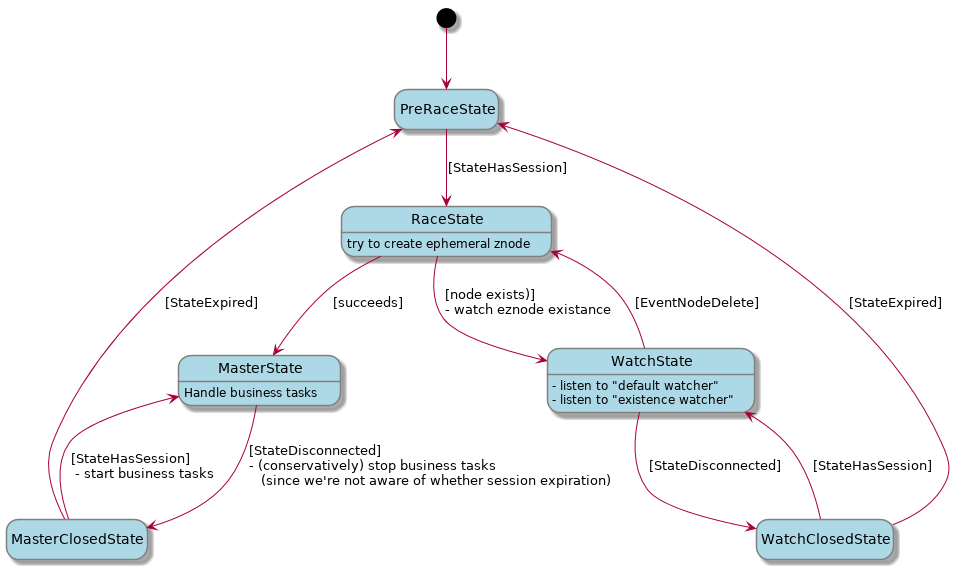
magodo/magodo.github.io keeps this PlantUML diagram as assets/img/zk/ha_stat.png. Above is the earlier version.
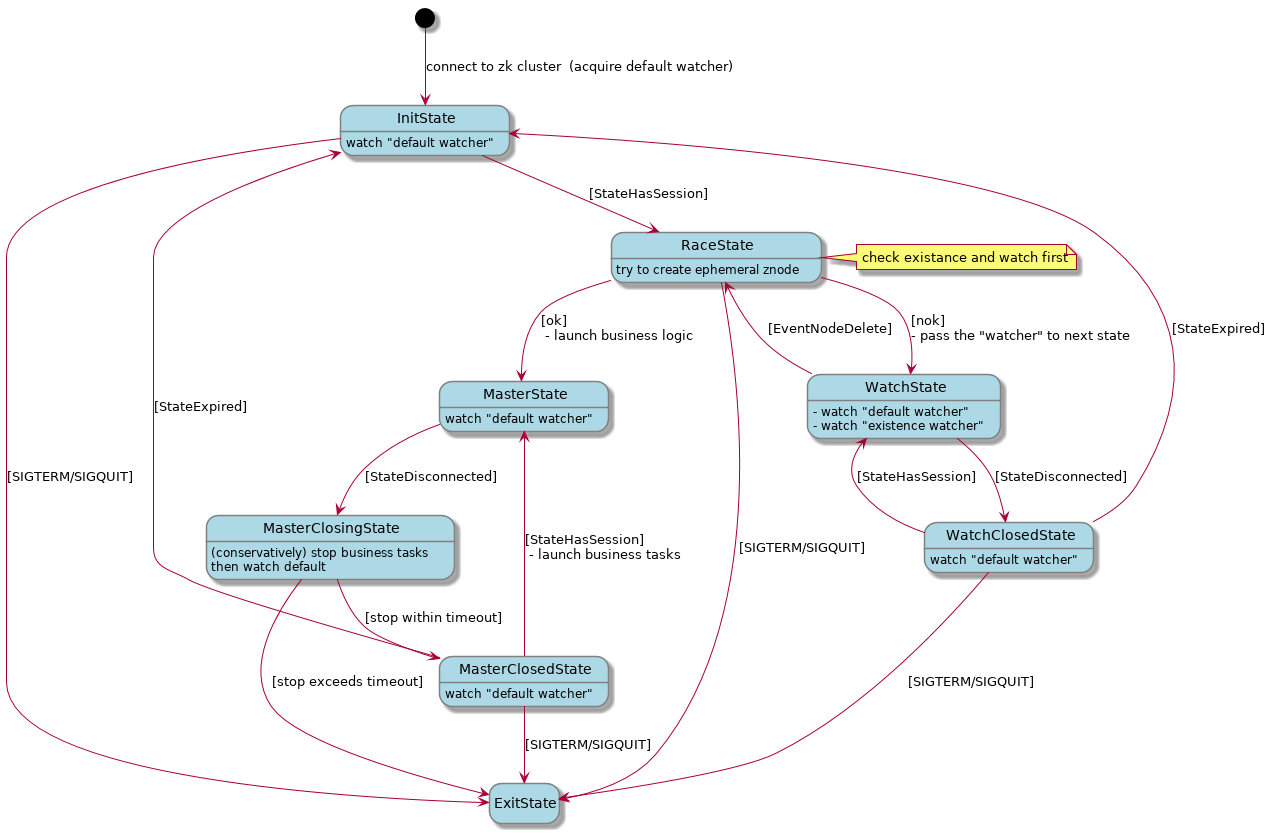
Above is the later version.

Change to the diagram source:
```diff
@@ -10,23 +10,37 @@
   FontName Impact
 }
 
-[*] --> PreRaceState
+[*] --> InitState: connect to zk cluster  (acquire default watcher)
+InitState: watch "default watcher"
 
-PreRaceState -down-> RaceState: [StateHasSession]
+InitState -down-> RaceState: [StateHasSession]
 RaceState: try to create ephemeral znode
+note right of RaceState
+check existance and watch first
+end note
 
-RaceState -down-> MasterState: [succeeds]
-RaceState -down-> WatchState: [node exists)]\n- watch eznode existance
+RaceState -down-> MasterState: [ok]\n - launch business logic
+RaceState -down-> WatchState: [nok]\n- pass the "watcher" to next state
 
-WatchState: - listen to "default watcher"\n- listen to "existence watcher"
+WatchState: - watch "default watcher"\n- watch "existence watcher"
 WatchState -up-> RaceState: [EventNodeDelete]
 WatchState -down-> WatchClosedState: [StateDisconnected]
+WatchClosedState: watch "default watcher"
 WatchClosedState -up-> WatchState: [StateHasSession]
-WatchClosedState -up-> PreRaceState: [StateExpired]
+WatchClosedState -up-> InitState: [StateExpired]
 
-MasterState: Handle business tasks
-MasterState -down-> MasterClosedState: [StateDisconnected]\n- (conservatively) stop business tasks\n   (since we're not aware of whether session expiration)
-MasterClosedState -up-> MasterState: [StateHasSession]\n - start business tasks
-MasterClosedState -up-> PreRaceState: [StateExpired]
+MasterState: watch "default watcher"
+MasterState -down-> MasterClosingState: [StateDisconnected]
+MasterClosingState: (conservatively) stop business tasks\nthen watch default
+MasterClosingState -down-> MasterClosedState: [stop within timeout]
+MasterClosingState -down-> ExitState: [stop exceeds timeout]
+MasterClosedState: watch "default watcher"
+MasterClosedState -up-> MasterState: [StateHasSession]\n - launch business tasks
+MasterClosedState -up-> InitState: [StateExpired]
+
+InitState -down-> ExitState: [SIGTERM/SIGQUIT]
+RaceState -down-> ExitState: [SIGTERM/SIGQUIT]
+MasterClosedState -down-> ExitState: [SIGTERM/SIGQUIT]
+WatchClosedState -down-> ExitState: [SIGTERM/SIGQUIT]
 
 @enduml
```
